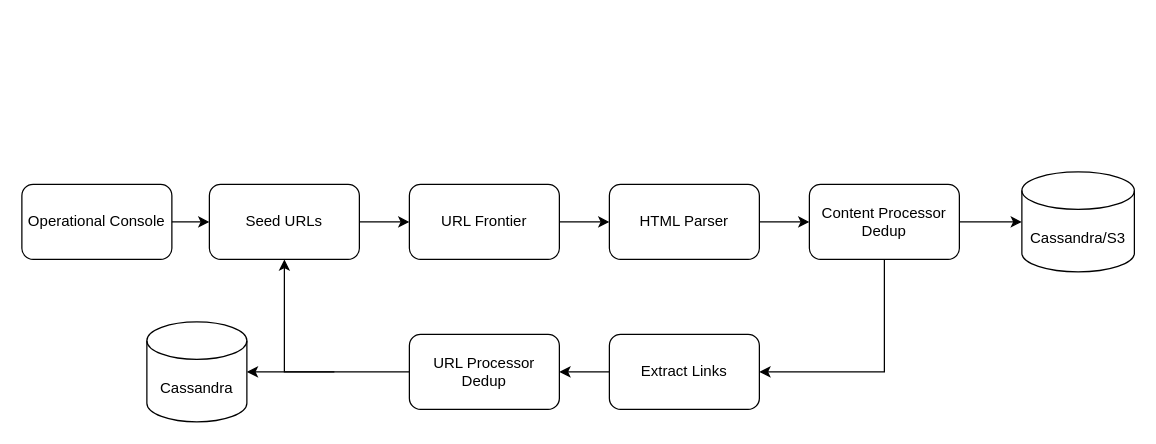
Above: WebCrawler.drawio in xwq172677170/SysdDiagram (draw.io), before the change. Source tidied: cells renumbered, new cells numbered last; positions are measured from the earlier drawing's top-left corner, leaving out a move shared by most shapes. Both pictures are drawn from the tidied source at 125%, with x=0, y=0 at pixel (21, 171).
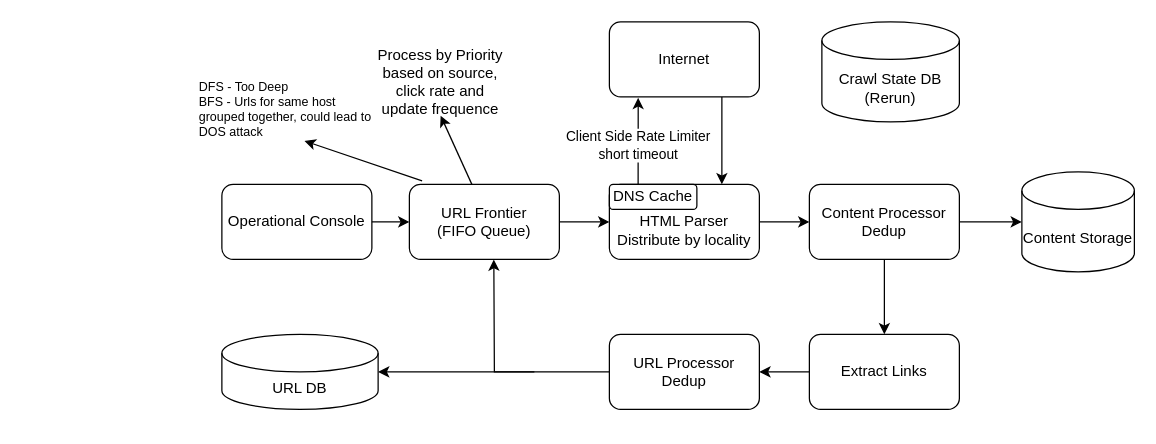
After the change.

The change refers to these unchanged cells:
```xml
<mxCell id="7" value="Content Processor&lt;br&gt;Dedup" style="rounded=1;whiteSpace=wrap;html=1;" parent="1" vertex="1">
  <mxGeometry x="630" y="10" width="120" height="60" as="geometry" />
</mxCell>
```

The edit, as a diff of the source:
```diff
@@
-    <mxCell id="2" value="Seed URLs" style="rounded=1;whiteSpace=wrap;html=1;" parent="1" vertex="1">
-      <mxGeometry x="150" y="10" width="120" height="60" as="geometry" />
-    </mxCell>
-    <mxCell id="3" style="endArrow=classic;html=1;rounded=0;exitX=1;exitY=0.5;exitDx=0;exitDy=0;" parent="1" edge="1" source="2">
-      <mxGeometry relative="1" as="geometry">
-        <mxPoint x="310" y="40" as="targetPoint" />
-      </mxGeometry>
-    </mxCell>
-    <mxCell id="4" value="URL Frontier" style="rounded=1;whiteSpace=wrap;html=1;" parent="1" vertex="1">
+    <mxCell id="4" value="URL Frontier&lt;br&gt;(FIFO Queue)" style="rounded=1;whiteSpace=wrap;html=1;" parent="1" vertex="1">
       <mxGeometry x="310" y="10" width="120" height="60" as="geometry" />
     </mxCell>
-    <mxCell id="5" value="HTML Parser" style="rounded=1;whiteSpace=wrap;html=1;" parent="1" vertex="1">
+    <mxCell id="5" value="&lt;br&gt;HTML Parser&lt;br&gt;Distribute by locality" style="rounded=1;whiteSpace=wrap;html=1;" parent="1" vertex="1">
       <mxGeometry x="470" y="10" width="120" height="60" as="geometry" />
     </mxCell>
@@
-    <mxCell id="10" value="Cassandra/S3" style="shape=cylinder3;whiteSpace=wrap;html=1;boundedLbl=1;backgroundOutline=1;size=15;" parent="1" vertex="1">
+    <mxCell id="10" value="Content Storage" style="shape=cylinder3;whiteSpace=wrap;html=1;boundedLbl=1;backgroundOutline=1;size=15;" parent="1" vertex="1">
       <mxGeometry x="800" width="90" height="80" as="geometry" />
     </mxCell>
-    <mxCell id="11" value="Extract Links" style="rounded=1;whiteSpace=wrap;html=1;" parent="1" vertex="1">
-      <mxGeometry x="470" y="130" width="120" height="60" as="geometry" />
-    </mxCell>
-    <mxCell id="12" style="endArrow=classic;html=1;rounded=0;exitX=0.5;exitY=1;exitDx=0;exitDy=0;entryX=1;entryY=0.5;entryDx=0;entryDy=0;" parent="1" edge="1" source="7" target="11">
+    <mxCell id="12" style="endArrow=classic;html=1;rounded=0;exitX=0.5;exitY=1;exitDx=0;exitDy=0;" parent="1" edge="1" source="11">
       <mxGeometry relative="1" as="geometry">
+        <mxPoint x="690" y="160" as="targetPoint" />
         <Array as="points">
           <mxPoint x="690" y="160" />
         </Array>
       </mxGeometry>
     </mxCell>
     <mxCell id="13" value="URL Processor&lt;br&gt;Dedup" style="rounded=1;whiteSpace=wrap;html=1;" parent="1" vertex="1">
-      <mxGeometry x="310" y="130" width="120" height="60" as="geometry" />
+      <mxGeometry x="470" y="130" width="120" height="60" as="geometry" />
     </mxCell>
@@
-    <mxCell id="15" style="endArrow=classic;html=1;rounded=0;exitX=0;exitY=0.5;exitDx=0;exitDy=0;entryX=0.5;entryY=1;entryDx=0;entryDy=0;" parent="1" edge="1" source="13" target="2">
+    <mxCell id="15" style="endArrow=classic;html=1;rounded=0;exitX=0;exitY=0.5;exitDx=0;exitDy=0;entryX=0.563;entryY=1.003;entryDx=0;entryDy=0;entryPerimeter=0;" parent="1" edge="1" source="13" target="4">
       <mxGeometry relative="1" as="geometry">
         <Array as="points">
-          <mxPoint x="210" y="160" />
+          <mxPoint x="378" y="160" />
         </Array>
       </mxGeometry>
     </mxCell>
-    <mxCell id="16" value="Cassandra" style="shape=cylinder3;whiteSpace=wrap;html=1;boundedLbl=1;backgroundOutline=1;size=15;" parent="1" vertex="1">
-      <mxGeometry x="100" y="120" width="80" height="80" as="geometry" />
+    <mxCell id="16" value="URL DB" style="shape=cylinder3;whiteSpace=wrap;html=1;boundedLbl=1;backgroundOutline=1;size=15;" parent="1" vertex="1">
+      <mxGeometry x="160" y="130" width="125" height="60" as="geometry" />
     </mxCell>
     <mxCell id="17" style="endArrow=classic;html=1;rounded=0;entryX=1;entryY=0.5;entryDx=0;entryDy=0;entryPerimeter=0;" parent="1" edge="1" target="16">
       <mxGeometry relative="1" as="geometry">
-        <mxPoint x="250" y="160" as="sourcePoint" />
+        <mxPoint x="410" y="160" as="sourcePoint" />
       </mxGeometry>
     </mxCell>
     <mxCell id="18" value="Operational Console" style="rounded=1;whiteSpace=wrap;html=1;" parent="1" vertex="1">
-      <mxGeometry y="10" width="120" height="60" as="geometry" />
+      <mxGeometry x="160" y="10" width="120" height="60" as="geometry" />
     </mxCell>
-    <mxCell id="19" style="endArrow=classic;html=1;rounded=0;entryX=0;entryY=0.5;entryDx=0;entryDy=0;" parent="1" edge="1" target="2">
+    <mxCell id="19" style="endArrow=classic;html=1;rounded=0;entryX=0;entryY=0.5;entryDx=0;entryDy=0;" parent="1" edge="1">
       <mxGeometry relative="1" as="geometry">
-        <mxPoint x="120" y="40" as="sourcePoint" />
+        <mxPoint x="280" y="40" as="sourcePoint" />
+        <mxPoint x="310" y="40" as="targetPoint" />
       </mxGeometry>
     </mxCell>
+    <mxCell id="20" style="endArrow=classic;html=1;rounded=0;exitX=0.5;exitY=1;exitDx=0;exitDy=0;" parent="1" edge="1" source="7" target="11">
+      <mxGeometry relative="1" as="geometry" />
+    </mxCell>
+    <mxCell id="11" value="Extract Links" style="rounded=1;whiteSpace=wrap;html=1;" parent="1" vertex="1">
+      <mxGeometry x="630" y="130" width="120" height="60" as="geometry" />
+    </mxCell>
+    <mxCell id="21" style="endArrow=classic;html=1;rounded=0;entryX=0.75;entryY=0;entryDx=0;entryDy=0;exitX=0.75;exitY=1;exitDx=0;exitDy=0;" parent="1" edge="1" source="22" target="5">
+      <mxGeometry relative="1" as="geometry" />
+    </mxCell>
+    <mxCell id="22" value="Internet" style="rounded=1;whiteSpace=wrap;html=1;" parent="1" vertex="1">
+      <mxGeometry x="470" y="-120" width="120" height="60" as="geometry" />
+    </mxCell>
+    <mxCell id="23" style="endArrow=classic;html=1;rounded=0;entryX=0.192;entryY=1.013;entryDx=0;entryDy=0;entryPerimeter=0;" parent="1" edge="1" target="22">
+      <mxGeometry relative="1" as="geometry">
+        <mxPoint x="493" y="10" as="sourcePoint" />
+      </mxGeometry>
+    </mxCell>
+    <mxCell id="24" value="Client Side Rate Limiter&lt;br&gt;short timeout" style="edgeLabel;html=1;align=center;verticalAlign=middle;" parent="23" vertex="1">
+      <mxGeometry x="0.24" y="1" relative="1" as="geometry">
+        <mxPoint y="12" as="offset" />
+      </mxGeometry>
+    </mxCell>
+    <mxCell id="25" value="DFS - Too Deep&lt;br style=&quot;font-size: 10px;&quot;&gt;BFS - Urls for same host grouped together, could lead to DOS attack&amp;nbsp;" style="text;html=1;strokeColor=none;fillColor=none;align=left;verticalAlign=middle;whiteSpace=wrap;rounded=0;fontSize=10;" parent="1" vertex="1">
+      <mxGeometry x="140" y="-75" width="140" height="50" as="geometry" />
+    </mxCell>
+    <mxCell id="26" style="endArrow=classic;html=1;rounded=0;entryX=0.615;entryY=1.005;entryDx=0;entryDy=0;entryPerimeter=0;exitX=0.085;exitY=-0.047;exitDx=0;exitDy=0;exitPerimeter=0;" parent="1" edge="1" source="4" target="25">
+      <mxGeometry relative="1" as="geometry" />
+    </mxCell>
+    <mxCell id="27" style="endArrow=classic;html=1;rounded=0;entryX=0.5;entryY=1;entryDx=0;entryDy=0;" parent="1" edge="1" target="28">
+      <mxGeometry relative="1" as="geometry">
+        <mxPoint x="360" y="10" as="sourcePoint" />
+      </mxGeometry>
+    </mxCell>
+    <mxCell id="28" value="Process by Priority based on source, click rate and update frequence" style="text;html=1;strokeColor=none;fillColor=none;align=center;verticalAlign=middle;whiteSpace=wrap;rounded=0;" parent="1" vertex="1">
+      <mxGeometry x="280" y="-100" width="110" height="55" as="geometry" />
+    </mxCell>
+    <mxCell id="29" value="DNS Cache" style="rounded=1;whiteSpace=wrap;html=1;" parent="1" vertex="1">
+      <mxGeometry x="470" y="10" width="70" height="20" as="geometry" />
+    </mxCell>
+    <mxCell id="30" value="Crawl State DB&lt;br&gt;(Rerun)" style="shape=cylinder3;whiteSpace=wrap;html=1;boundedLbl=1;backgroundOutline=1;size=15;" parent="1" vertex="1">
+      <mxGeometry x="640" y="-120" width="110" height="80" as="geometry" />
+    </mxCell>
```
